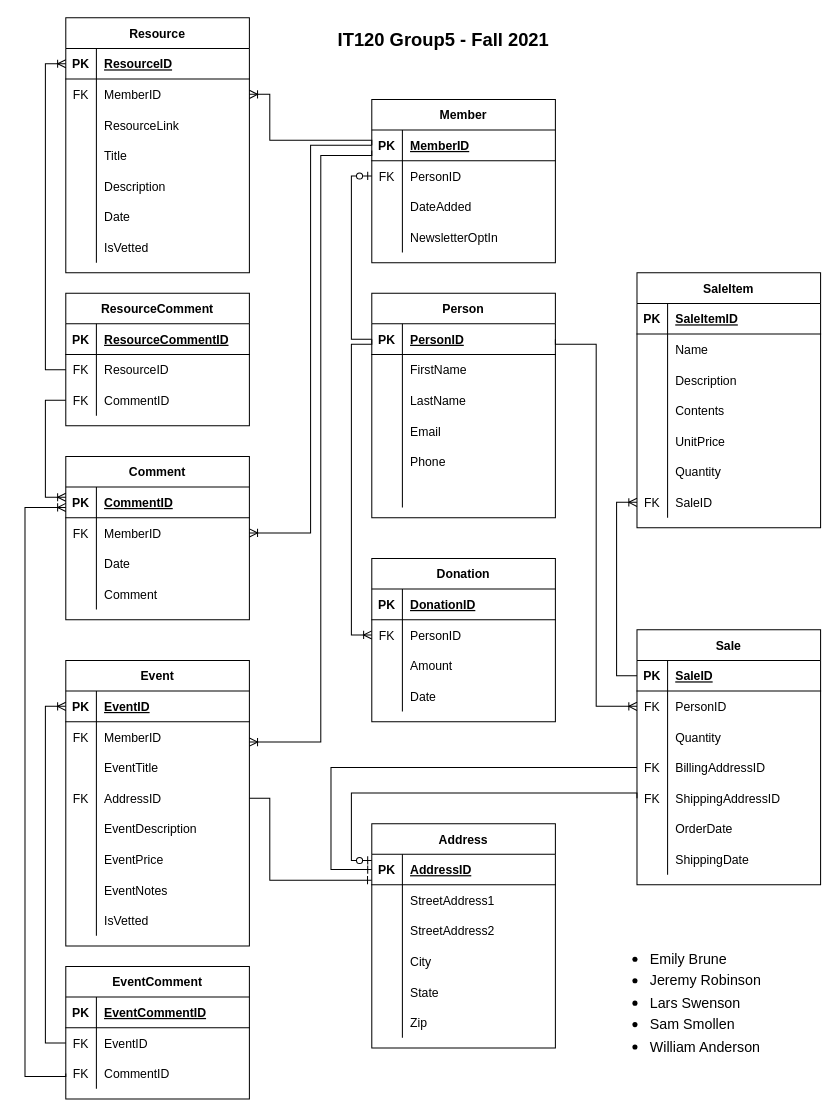
Earlier version of the draw.io diagram Diagrams/ClimateEntityDiagram.drawio (BeartoothHiker/it-120-group-project). Source tidied: cells renumbered, new cells numbered last; positions are measured from the earlier drawing's top-left corner, leaving out a move shared by most shapes. Both pictures are drawn from the tidied source at 102%, with x=0, y=0 at pixel (24, 17).
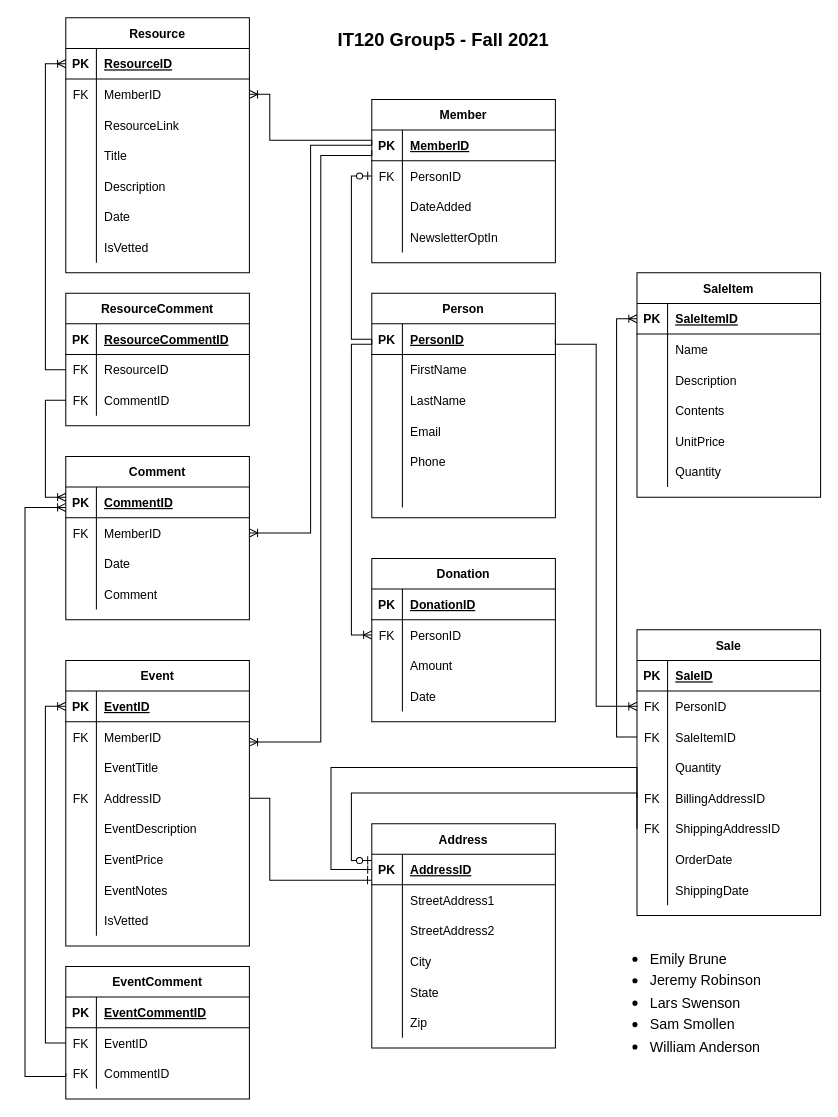
Above is the later version.

Commit message (it also covers changes not shown here):
Update Sale and SaleItem tables

Unchanged cells that the change refers to:
```xml
<mxCell id="98" style="shape=partialRectangle;fillColor=none;top=0;left=0;bottom=1;right=0;points=[[0,0.5],[1,0.5]];portConstraint=eastwest;" parent="97" vertex="1">
  <mxGeometry y="30" width="180" height="30" as="geometry" />
</mxCell>
<mxCell id="140" style="shape=partialRectangle;fillColor=none;top=0;left=0;bottom=1;right=0;points=[[0,0.5],[1,0.5]];portConstraint=eastwest;" parent="139" vertex="1">
  <mxGeometry y="30" width="180" height="30" as="geometry" />
</mxCell>
```

The edit, as a diff of the source:
```diff
@@
     <mxCell id="97" value="Sale" style="shape=table;startSize=30;childLayout=tableLayout;rowLines=0;fontStyle=1;align=center;" parent="1" vertex="1">
-      <mxGeometry x="600" y="600" width="180" height="250" as="geometry" />
+      <mxGeometry x="600" y="600" width="180" height="280" as="geometry" />
     </mxCell>
@@
+    <mxCell id="206" style="shape=partialRectangle;fillColor=none;top=0;left=0;bottom=0;right=0;points=[[0,0.5],[1,0.5]];portConstraint=eastwest;" parent="97" vertex="1">
+      <mxGeometry y="90" width="180" height="30" as="geometry" />
+    </mxCell>
+    <mxCell id="159" value="FK" style="shape=partialRectangle;fillColor=none;top=0;left=0;bottom=0;right=0;fontStyle=0;overflow=hidden;" parent="206" vertex="1">
+      <mxGeometry width="30" height="30" as="geometry" />
+    </mxCell>
+    <mxCell id="207" value="SaleItemID" style="shape=partialRectangle;fillColor=none;top=0;left=0;bottom=0;right=0;align=left;spacingLeft=6;fontStyle=0;overflow=hidden;" parent="206" vertex="1">
+      <mxGeometry x="30" width="150" height="30" as="geometry" />
+    </mxCell>
     <mxCell id="104" style="shape=partialRectangle;fillColor=none;top=0;left=0;bottom=0;right=0;" parent="97" vertex="1">
-      <mxGeometry y="90" width="180" height="30" as="geometry" />
+      <mxGeometry y="120" width="180" height="30" as="geometry" />
     </mxCell>
@@
     <mxCell id="107" style="shape=partialRectangle;fillColor=none;top=0;left=0;bottom=0;right=0;points=[[0,0.5],[1,0.5]];portConstraint=eastwest;" parent="97" vertex="1">
-      <mxGeometry y="120" width="180" height="30" as="geometry" />
+      <mxGeometry y="150" width="180" height="30" as="geometry" />
     </mxCell>
@@
     <mxCell id="110" style="shape=partialRectangle;fillColor=none;top=0;left=0;bottom=0;right=0;points=[[0,0.5],[1,0.5]];portConstraint=eastwest;" parent="97" vertex="1">
-      <mxGeometry y="150" width="180" height="30" as="geometry" />
+      <mxGeometry y="180" width="180" height="30" as="geometry" />
     </mxCell>
@@
     <mxCell id="113" style="shape=partialRectangle;fillColor=none;top=0;left=0;bottom=0;right=0;" parent="97" vertex="1">
-      <mxGeometry y="180" width="180" height="30" as="geometry" />
+      <mxGeometry y="210" width="180" height="30" as="geometry" />
     </mxCell>
@@
     <mxCell id="116" style="shape=partialRectangle;fillColor=none;top=0;left=0;bottom=0;right=0;" parent="97" vertex="1">
-      <mxGeometry y="210" width="180" height="30" as="geometry" />
+      <mxGeometry y="240" width="180" height="30" as="geometry" />
     </mxCell>
@@
     <mxCell id="139" value="SaleItem" style="shape=table;startSize=30;childLayout=tableLayout;rowLines=0;fontStyle=1;align=center;" parent="1" vertex="1">
-      <mxGeometry x="600" y="250" width="180" height="250" as="geometry" />
+      <mxGeometry x="600" y="250" width="180" height="220" as="geometry" />
     </mxCell>
@@
-    <mxCell id="158" style="shape=partialRectangle;fillColor=none;top=0;left=0;bottom=0;right=0;points=[[0,0.5],[1,0.5]];portConstraint=eastwest;" parent="139" vertex="1">
-      <mxGeometry y="210" width="180" height="30" as="geometry" />
-    </mxCell>
-    <mxCell id="159" value="FK" style="shape=partialRectangle;fillColor=none;top=0;left=0;bottom=0;right=0;fontStyle=0;overflow=hidden;" parent="158" vertex="1">
-      <mxGeometry width="30" height="30" as="geometry" />
-    </mxCell>
-    <mxCell id="160" value="SaleID" style="shape=partialRectangle;fillColor=none;top=0;left=0;bottom=0;right=0;align=left;spacingLeft=6;fontStyle=0;overflow=hidden;" parent="158" vertex="1">
-      <mxGeometry x="30" width="150" height="30" as="geometry" />
-    </mxCell>
@@
-    <mxCell id="164" style="edgeStyle=orthogonalEdgeStyle;fontSize=12;html=1;endArrow=ERoneToMany;rounded=0;entryX=0;entryY=0.5;entryDx=0;entryDy=0;exitX=0;exitY=0.5;exitDx=0;exitDy=0;" parent="1" edge="1" source="98" target="158">
+    <mxCell id="164" style="edgeStyle=orthogonalEdgeStyle;fontSize=12;html=1;endArrow=ERoneToMany;rounded=0;entryX=0;entryY=0.5;entryDx=0;entryDy=0;exitX=0;exitY=0.5;exitDx=0;exitDy=0;" parent="1" edge="1" source="206" target="140">
       <mxGeometry relative="1" as="geometry">
         <Array as="points">
-          <mxPoint x="580" y="645" />
-          <mxPoint x="580" y="475" />
+          <mxPoint x="580" y="705" />
+          <mxPoint x="580" y="295" />
         </Array>
       </mxGeometry>
     </mxCell>
```
